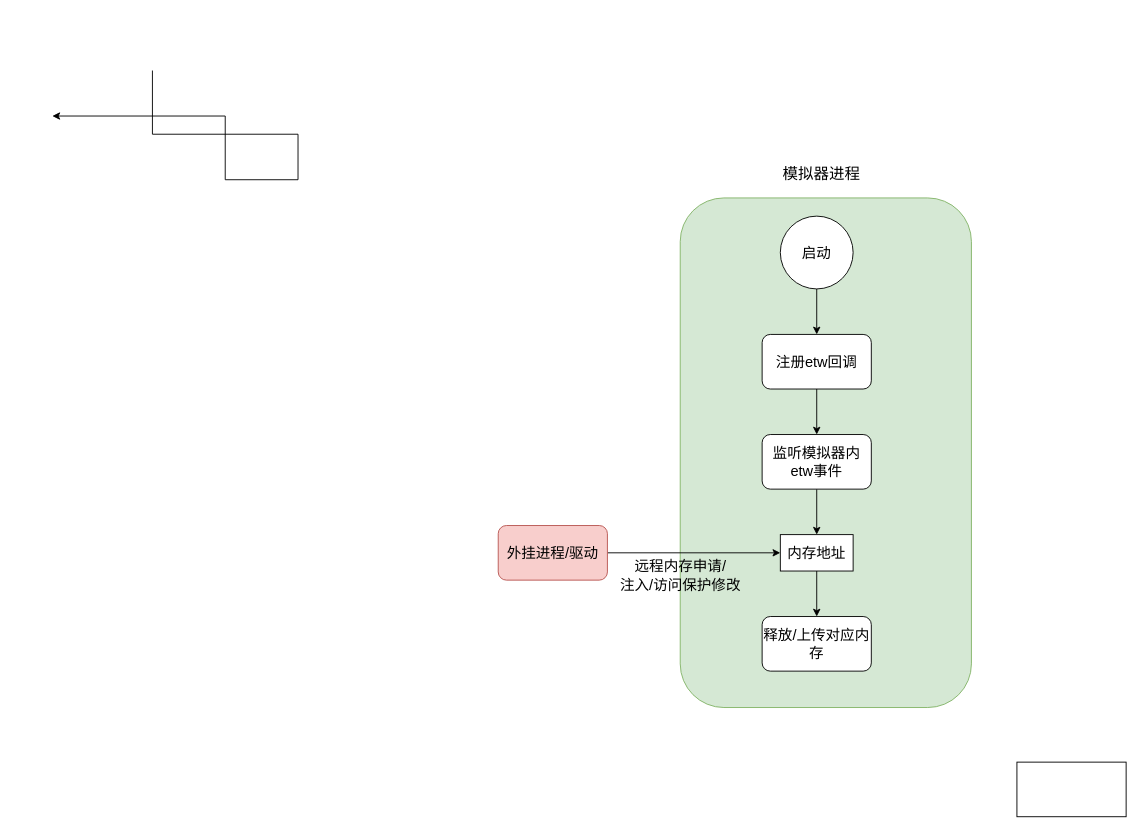
The draw.io diagram testDirectory/etw2.drawio in Moose1273/-, before the edit. Source tidied: cells renumbered, new cells numbered last; positions are measured from the earlier drawing's top-left corner, leaving out a move shared by most shapes. Both pictures are drawn from the tidied source at 91%, with x=0, y=0 at pixel (52, 70).
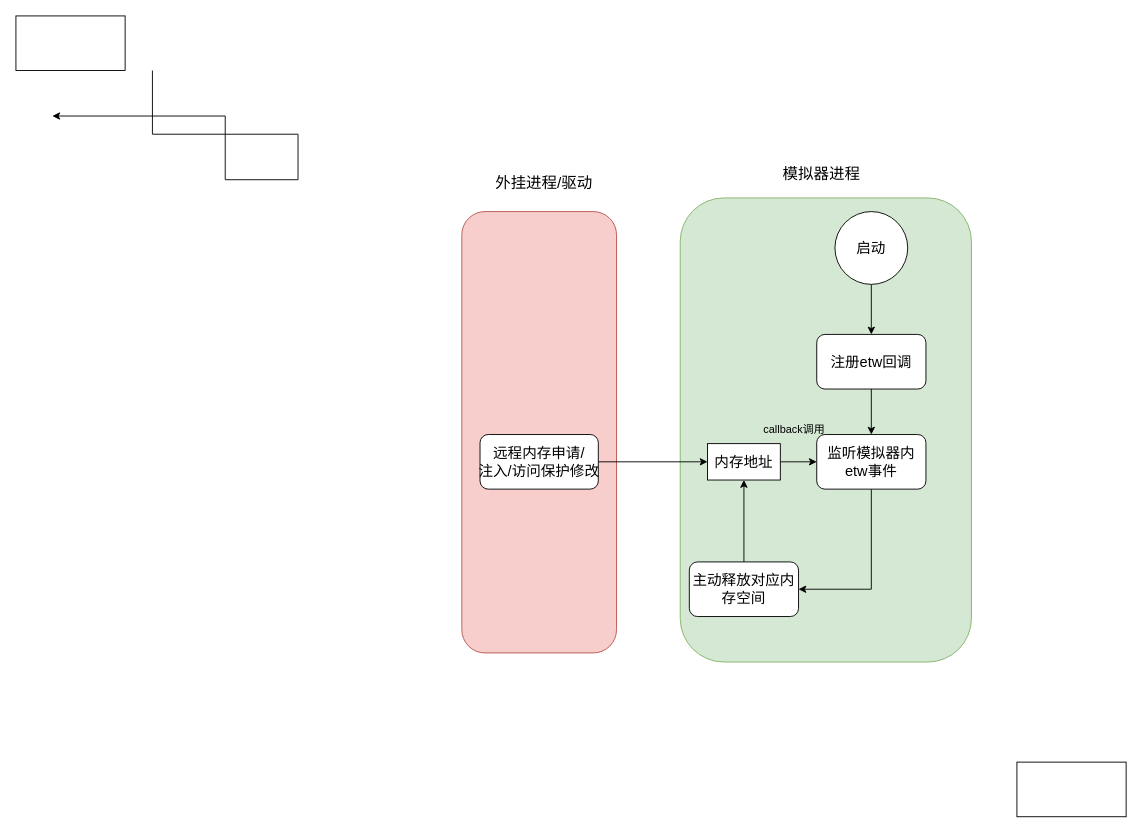
The same diagram, later.

The edit, as a diff of the source:
```diff
@@
+    <mxCell id="7" style="rounded=1;whiteSpace=wrap;html=1;fontSize=16;fillColor=#f8cecc;strokeColor=#b85450;" parent="1" vertex="1">
+      <mxGeometry x="450" y="155" width="170" height="485" as="geometry" />
+    </mxCell>
     <mxCell id="2" style="rounded=1;whiteSpace=wrap;html=1;fillColor=#d5e8d4;strokeColor=#82b366;" parent="1" vertex="1">
-      <mxGeometry x="690" y="140" width="320" height="560" as="geometry" />
+      <mxGeometry x="690" y="140" width="320" height="510" as="geometry" />
     </mxCell>
-    <mxCell id="3" style="edgeStyle=orthogonalEdgeStyle;rounded=0;jettySize=auto;html=1;fontSize=16;" parent="1" edge="1" source="4" target="14">
-      <mxGeometry relative="1" as="geometry" />
-    </mxCell>
+    <mxCell id="18" style="edgeStyle=orthogonalEdgeStyle;rounded=0;jettySize=auto;html=1;exitX=0.5;exitY=1;exitDx=0;exitDy=0;entryX=1;entryY=0.5;entryDx=0;entryDy=0;" parent="1" edge="1" source="4" target="15">
+      <mxGeometry relative="1" as="geometry" />
+    </mxCell>
     <mxCell id="4" value="监听模拟器内etw事件" style="rounded=1;whiteSpace=wrap;html=1;fontSize=16;" parent="1" vertex="1">
-      <mxGeometry x="780" y="400" width="120" height="60" as="geometry" />
+      <mxGeometry x="840" y="400" width="120" height="60" as="geometry" />
     </mxCell>
@@
-    <mxCell id="6" style="edgeStyle=orthogonalEdgeStyle;rounded=0;jettySize=auto;html=1;fontSize=16;" parent="1" edge="1" source="7" target="14">
-      <mxGeometry relative="1" as="geometry" />
-    </mxCell>
-    <mxCell id="7" value="外挂进程/驱动" style="rounded=1;whiteSpace=wrap;html=1;fontSize=16;fillColor=#f8cecc;strokeColor=#b85450;" parent="1" vertex="1">
-      <mxGeometry x="490" y="500" width="120" height="60" as="geometry" />
-    </mxCell>
-    <mxCell id="8" value="远程内存申请/&lt;div&gt;注入/访问保护修改&lt;/div&gt;" style="text;html=1;align=center;verticalAlign=middle;points=[];strokeColor=none;fillColor=none;fontSize=16;" parent="1" vertex="1">
-      <mxGeometry x="610" y="530" width="160" height="50" as="geometry" />
-    </mxCell>
@@
     <mxCell id="10" value="注册etw回调" style="rounded=1;whiteSpace=wrap;html=1;fontSize=16;" parent="1" vertex="1">
-      <mxGeometry x="780" y="290" width="120" height="60" as="geometry" />
+      <mxGeometry x="840" y="290" width="120" height="60" as="geometry" />
     </mxCell>
@@
     <mxCell id="12" value="启动" style="ellipse;whiteSpace=wrap;html=1;fontSize=16;" parent="1" vertex="1">
-      <mxGeometry x="800" y="160" width="80" height="80" as="geometry" />
+      <mxGeometry x="860" y="155" width="80" height="80" as="geometry" />
     </mxCell>
-    <mxCell id="13" style="edgeStyle=orthogonalEdgeStyle;rounded=0;jettySize=auto;html=1;fontSize=16;" parent="1" edge="1" source="14" target="15">
-      <mxGeometry relative="1" as="geometry" />
-    </mxCell>
+    <mxCell id="19" style="edgeStyle=orthogonalEdgeStyle;rounded=0;jettySize=auto;html=1;" parent="1" edge="1" source="14" target="4">
+      <mxGeometry relative="1" as="geometry" />
+    </mxCell>
     <mxCell id="14" value="内存地址" style="rounded=0;whiteSpace=wrap;html=1;fontSize=16;" parent="1" vertex="1">
-      <mxGeometry x="800" y="510" width="80" height="40" as="geometry" />
+      <mxGeometry x="720" y="410" width="80" height="40" as="geometry" />
     </mxCell>
+    <mxCell id="20" style="edgeStyle=orthogonalEdgeStyle;rounded=0;jettySize=auto;html=1;exitX=0.5;exitY=0;exitDx=0;exitDy=0;" parent="1" edge="1" source="15" target="14">
+      <mxGeometry relative="1" as="geometry" />
+    </mxCell>
-    <mxCell id="15" value="释放/上传对应内存" style="rounded=1;whiteSpace=wrap;html=1;fontSize=16;" parent="1" vertex="1">
-      <mxGeometry x="780" y="600" width="120" height="60" as="geometry" />
+    <mxCell id="15" value="主动释放对应内存空间" style="rounded=1;whiteSpace=wrap;html=1;fontSize=16;" parent="1" vertex="1">
+      <mxGeometry x="700" y="540" width="120" height="60" as="geometry" />
     </mxCell>
@@
+    <mxCell id="21" value="&lt;font style=&quot;font-size: 17px;&quot;&gt;外挂进程/驱动&lt;/font&gt;" style="text;html=1;align=center;verticalAlign=middle;strokeColor=none;fillColor=none;" parent="1" vertex="1">
+      <mxGeometry x="475" y="110" width="130" height="30" as="geometry" />
+    </mxCell>
+    <mxCell id="22" style="rounded=0;whiteSpace=wrap;html=1;" parent="1" vertex="1">
+      <mxGeometry x="-40" y="-60" width="120" height="60" as="geometry" />
+    </mxCell>
+    <mxCell id="8" value="&lt;span style=&quot;font-size: 16px; text-wrap-mode: nowrap;&quot;&gt;远程内存申请/&lt;/span&gt;&lt;div style=&quot;font-size: 16px; text-wrap-mode: nowrap;&quot;&gt;注入/访问保护修改&lt;/div&gt;" style="rounded=1;whiteSpace=wrap;html=1;" parent="1" vertex="1">
+      <mxGeometry x="470" y="400" width="130" height="60" as="geometry" />
+    </mxCell>
+    <mxCell id="23" style="edgeStyle=orthogonalEdgeStyle;rounded=0;jettySize=auto;html=1;" parent="1" edge="1" source="8" target="14">
+      <mxGeometry relative="1" as="geometry" />
+    </mxCell>
+    <mxCell id="24" value="callback调用" style="text;html=1;align=center;verticalAlign=middle;strokeColor=none;fillColor=none;" parent="1" vertex="1">
+      <mxGeometry x="770" y="380" width="90" height="30" as="geometry" />
+    </mxCell>
```
